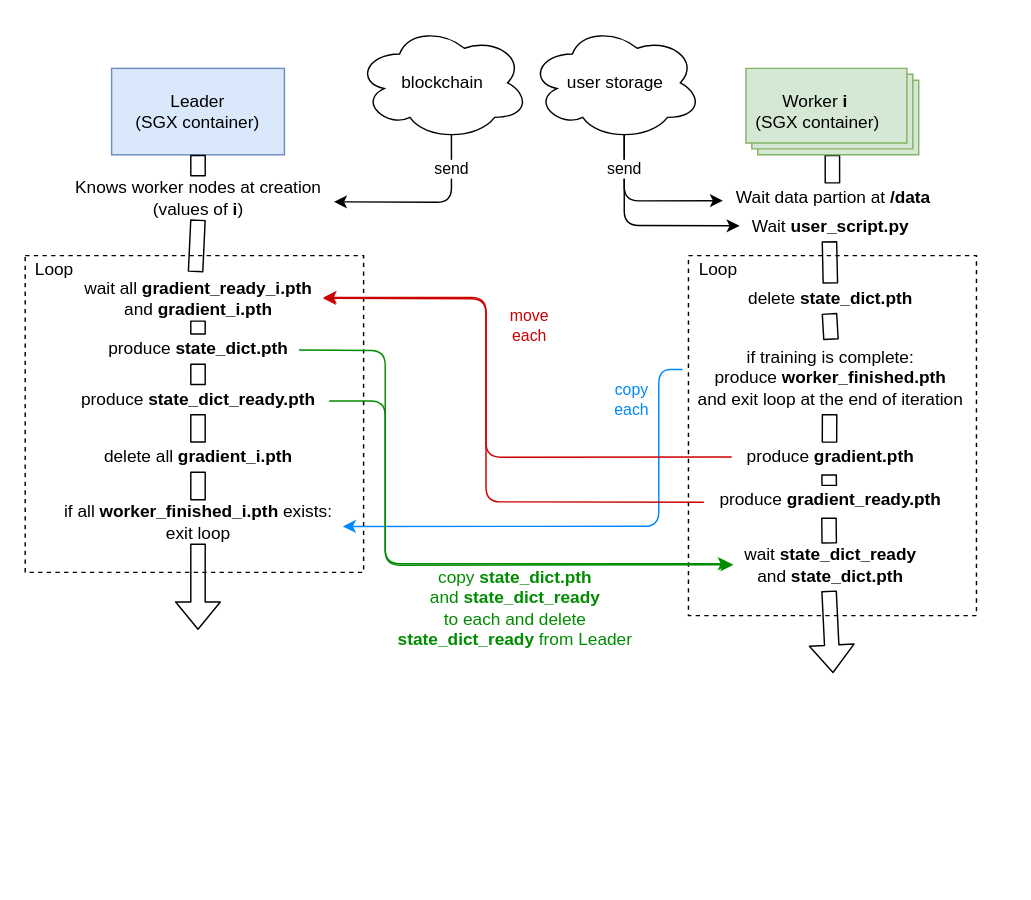
Above: file_management.drawio in mercury-protocol/mcy-sgx-gramine (draw.io), before the change. Source tidied: cells renumbered, new cells numbered last; positions are measured from the earlier drawing's top-left corner, leaving out a move shared by most shapes. Both pictures are drawn from the tidied source at 144%, with x=0, y=0 at pixel (24, 24).
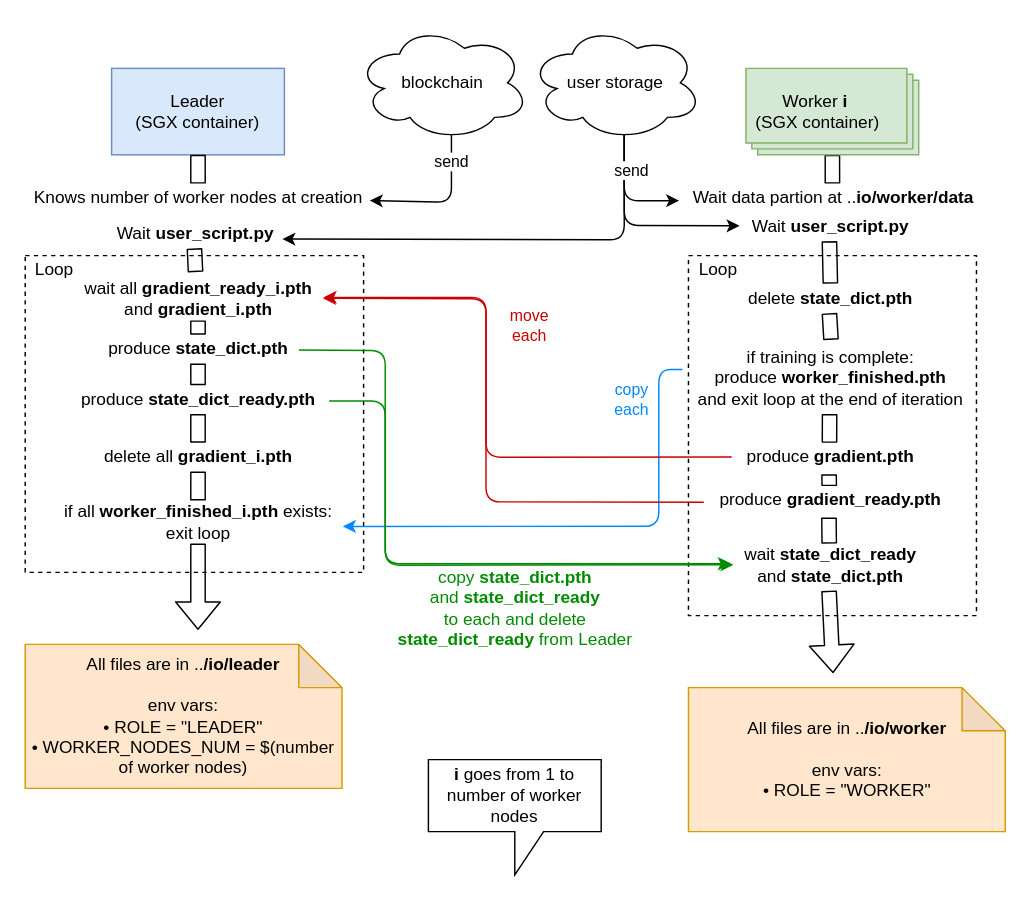
The same page after the edit.

Commit message (it also covers changes not shown here):
- worker node numbers start from 1 - diagram updated - added files to send in simulate_vulkan

Unchanged cells that the change refers to:
```xml
<mxCell id="22" value="wait all&amp;nbsp;&lt;b&gt;gradient_ready_i.pth&lt;br&gt;&lt;/b&gt;and&amp;nbsp;&lt;b&gt;gradient_i.pth&lt;/b&gt;" style="text;html=1;align=center;verticalAlign=middle;points=[];strokeColor=none;fillColor=none;" parent="1" vertex="1">
  <mxGeometry x="35" y="175" width="170" height="30" as="geometry" />
</mxCell>
<mxCell id="40" value="&lt;font color=&quot;#000000&quot;&gt;user storage&lt;/font&gt;" style="ellipse;shape=cloud;whiteSpace=wrap;html=1;shadow=0;glass=0;sketch=0;fontColor=#008C00;" parent="1" vertex="1">
  <mxGeometry x="350" width="120" height="80" as="geometry" />
</mxCell>
<mxCell id="42" style="endArrow=classic;html=1;fontColor=#008C00;entryX=-0.02;entryY=0.467;entryDx=0;entryDy=0;entryPerimeter=0;exitX=0.55;exitY=0.95;exitDx=0;exitDy=0;exitPerimeter=0;" parent="1" edge="1" source="40" target="11">
  <mxGeometry relative="1" as="geometry">
    <Array as="points">
      <mxPoint x="416" y="139" />
    </Array>
  </mxGeometry>
</mxCell>
```

What changed in the source:
```diff
@@
+    <mxCell id="51" style="endArrow=classic;html=1;exitX=0.55;exitY=0.95;exitDx=0;exitDy=0;exitPerimeter=0;entryX=1.009;entryY=0.676;entryDx=0;entryDy=0;entryPerimeter=0;" parent="1" edge="1" source="40" target="52">
+      <mxGeometry relative="1" as="geometry">
+        <Array as="points">
+          <mxPoint x="416" y="149" />
+        </Array>
+      </mxGeometry>
+    </mxCell>
@@
-    <mxCell id="7" value="Knows worker nodes at creation&lt;br&gt;(values of &lt;b&gt;i&lt;/b&gt;)" style="text;html=1;align=center;verticalAlign=middle;points=[];strokeColor=none;fillColor=none;labelBackgroundColor=default;" parent="1" vertex="1">
-      <mxGeometry x="25" y="105" width="190" height="30" as="geometry" />
+    <mxCell id="7" value="Knows number of worker nodes at creation" style="text;html=1;align=center;verticalAlign=middle;points=[];strokeColor=none;fillColor=none;labelBackgroundColor=default;" parent="1" vertex="1">
+      <mxGeometry y="110" width="240" height="20" as="geometry" />
     </mxCell>
@@
-    <mxCell id="9" value="Wait data partion at&amp;nbsp;&lt;b&gt;/data&lt;/b&gt;" style="text;html=1;align=center;verticalAlign=middle;points=[];strokeColor=none;fillColor=none;" parent="1" vertex="1">
-      <mxGeometry x="485.6" y="110" width="150" height="20" as="geometry" />
+    <mxCell id="9" value="Wait data partion at ..&lt;b&gt;io/worker/data&lt;/b&gt;" style="text;html=1;align=center;verticalAlign=middle;points=[];strokeColor=none;fillColor=none;" parent="1" vertex="1">
+      <mxGeometry x="455.6" y="110" width="210" height="20" as="geometry" />
     </mxCell>
@@
-    <mxCell id="21" style="shape=flexArrow;endArrow=none;html=1;exitX=0.5;exitY=1;exitDx=0;exitDy=0;startArrow=none;entryX=0.49;entryY=-0.117;entryDx=0;entryDy=0;entryPerimeter=0;" parent="1" edge="1" source="7" target="22">
+    <mxCell id="21" style="shape=flexArrow;endArrow=none;html=1;exitX=0.5;exitY=1;exitDx=0;exitDy=0;startArrow=none;entryX=0.49;entryY=-0.117;entryDx=0;entryDy=0;entryPerimeter=0;" parent="1" edge="1" source="52" target="22">
       <mxGeometry relative="1" as="geometry" />
     </mxCell>
@@
-    <mxCell id="43" value="&lt;font color=&quot;#000000&quot;&gt;send&lt;/font&gt;" style="edgeLabel;html=1;align=center;verticalAlign=middle;fontColor=#008C00;" parent="42" vertex="1">
-      <mxGeometry x="-0.68" y="-1" relative="1" as="geometry" />
+    <mxCell id="43" value="&lt;font color=&quot;#000000&quot;&gt;send&lt;/font&gt;" style="edgeLabel;html=1;align=center;verticalAlign=middle;fontColor=#008C00;labelBackgroundColor=#FFFFFF;" parent="42" vertex="1">
+      <mxGeometry x="-0.68" y="-1" relative="1" as="geometry">
+        <mxPoint x="5" y="1" as="offset" />
+      </mxGeometry>
     </mxCell>
@@
+    <mxCell id="52" value="Wait&amp;nbsp;&lt;b&gt;user_script.py&lt;/b&gt;" style="text;html=1;align=center;verticalAlign=middle;points=[];strokeColor=none;fillColor=none;" parent="1" vertex="1">
+      <mxGeometry x="57.5" y="135" width="120" height="20" as="geometry" />
+    </mxCell>
+    <mxCell id="53" value="All files are in ..&lt;b&gt;/io/leader&lt;br&gt;&lt;br&gt;&lt;/b&gt;env vars:&lt;br&gt;• ROLE = &quot;LEADER&quot;&lt;br&gt;• WORKER_NODES_NUM = $(number of worker nodes)" style="shape=note;whiteSpace=wrap;html=1;backgroundOutline=1;darkOpacity=0.05;labelBackgroundColor=none;fillColor=#ffe6cc;strokeColor=#d79b00;" parent="1" vertex="1">
+      <mxGeometry y="430" width="220" height="100" as="geometry" />
+    </mxCell>
+    <mxCell id="54" value="All files are in ..&lt;b&gt;/io/worker&lt;/b&gt;&lt;br&gt;&lt;br&gt;env vars:&lt;br&gt;• ROLE = &quot;WORKER&quot;" style="shape=note;whiteSpace=wrap;html=1;backgroundOutline=1;darkOpacity=0.05;labelBackgroundColor=none;fillColor=#ffe6cc;strokeColor=#d79b00;" parent="1" vertex="1">
+      <mxGeometry x="460.6" y="460" width="220" height="100" as="geometry" />
+    </mxCell>
+    <mxCell id="55" value="&lt;b&gt;i&lt;/b&gt;&amp;nbsp;goes from 1 to number of worker nodes" style="shape=callout;whiteSpace=wrap;html=1;perimeter=calloutPerimeter;labelBackgroundColor=none;fillColor=none;" parent="1" vertex="1">
+      <mxGeometry x="280" y="510" width="120" height="80" as="geometry" />
+    </mxCell>
```
